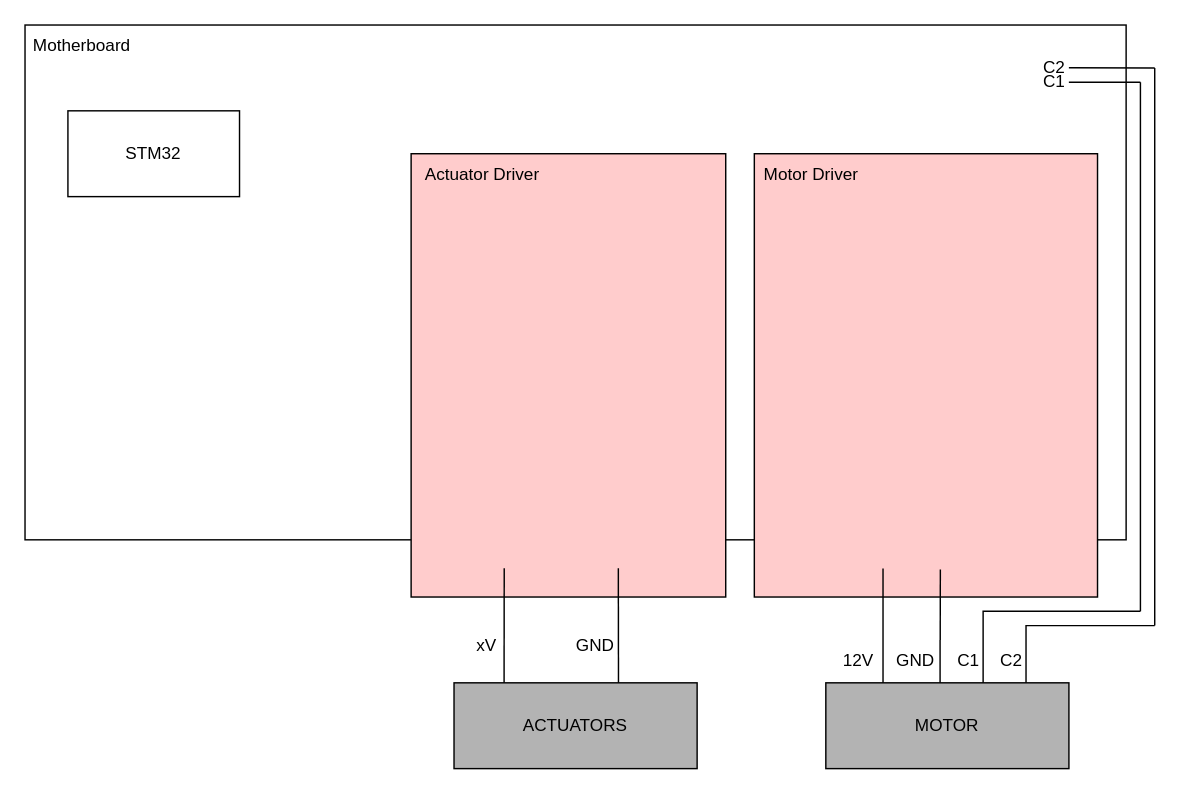
This is page "Circuits" (2 of 2) of block_diagrams/Maestro Diagrams.drawio from chatrajaman3/ELEC391_25W2_Robo_Maestro, a draw.io file, before an edit. Source tidied: cells renumbered, new cells numbered last; positions are measured from the earlier drawing's top-left corner, leaving out a move shared by most shapes. Both pictures are drawn from the tidied source at 143%, with x=0, y=0 at pixel (24, 24).
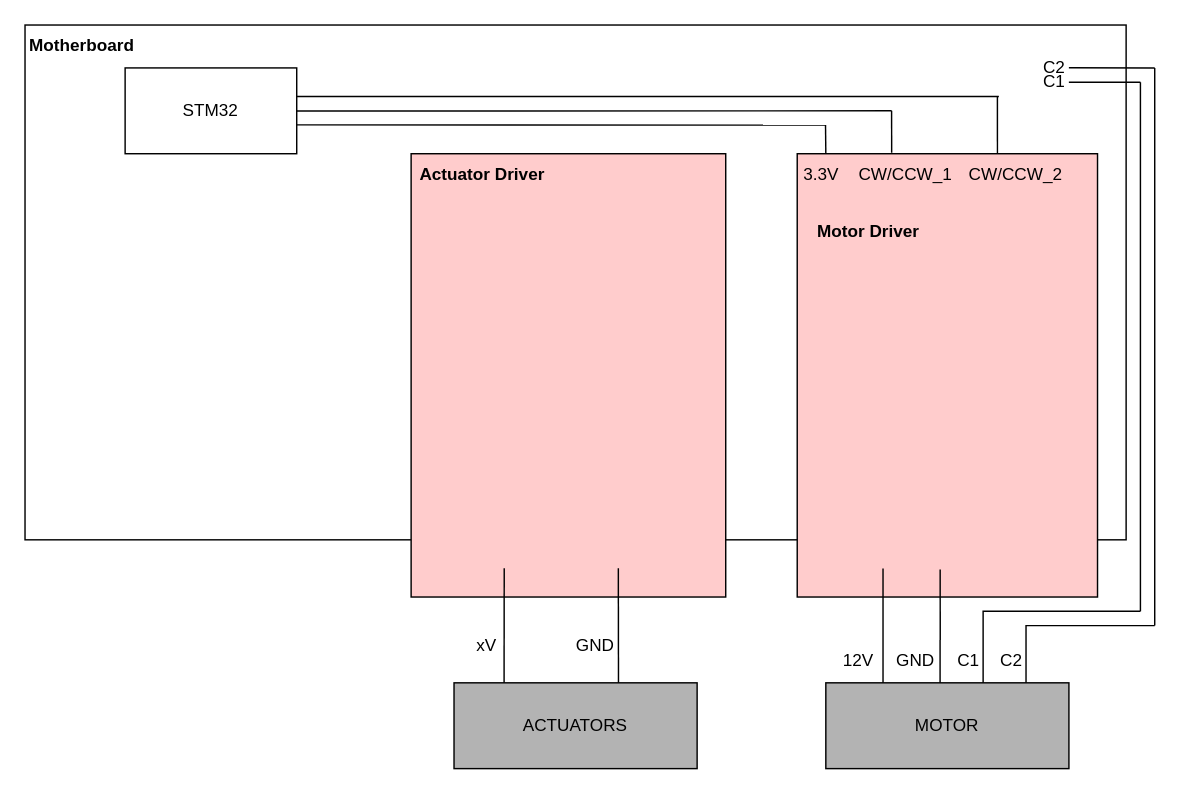
The same diagram, later.

Unchanged cells that the change refers to:
```xml
<mxCell id="2" style="rounded=0;whiteSpace=wrap;html=1;" parent="1" vertex="1">
  <mxGeometry width="770" height="360" as="geometry" />
</mxCell>
```

Change to the diagram source:
```diff
@@
-    <mxCell id="3" value="Motherboard" style="text;html=1;whiteSpace=wrap;strokeColor=none;fillColor=none;align=center;verticalAlign=middle;rounded=0;" parent="1" vertex="1">
+    <mxCell id="3" value="Motherboard" style="text;html=1;whiteSpace=wrap;strokeColor=none;fillColor=none;align=center;verticalAlign=middle;rounded=0;fontStyle=1;" parent="1" vertex="1">
       <mxGeometry x="10" width="60" height="30" as="geometry" />
     </mxCell>
     <mxCell id="4" value="STM32" style="rounded=0;whiteSpace=wrap;html=1;" parent="1" vertex="1">
-      <mxGeometry x="30" y="60" width="120" height="60" as="geometry" />
+      <mxGeometry x="70" y="30" width="120" height="60" as="geometry" />
     </mxCell>
     <mxCell id="5" style="rounded=0;whiteSpace=wrap;html=1;shadow=0;fillColor=#FFCCCC;" parent="1" vertex="1">
-      <mxGeometry x="510" y="90" width="240" height="310" as="geometry" />
+      <mxGeometry x="540" y="90" width="210" height="310" as="geometry" />
     </mxCell>
-    <mxCell id="6" value="Motor Driver" style="text;html=1;whiteSpace=wrap;strokeColor=none;fillColor=none;align=center;verticalAlign=middle;rounded=0;" parent="1" vertex="1">
-      <mxGeometry x="499.9" y="90" width="100" height="30" as="geometry" />
+    <mxCell id="6" value="Motor Driver" style="text;html=1;whiteSpace=wrap;strokeColor=none;fillColor=none;align=center;verticalAlign=middle;rounded=0;fontStyle=1;" parent="1" vertex="1">
+      <mxGeometry x="540" y="130" width="100" height="30" as="geometry" />
     </mxCell>
@@
-    <mxCell id="8" value="Actuator Driver" style="text;html=1;whiteSpace=wrap;strokeColor=none;fillColor=none;align=center;verticalAlign=middle;rounded=0;" parent="1" vertex="1">
+    <mxCell id="8" value="Actuator Driver" style="text;html=1;whiteSpace=wrap;strokeColor=none;fillColor=none;align=center;verticalAlign=middle;rounded=0;fontStyle=1;" parent="1" vertex="1">
       <mxGeometry x="270" y="90" width="100" height="30" as="geometry" />
     </mxCell>
@@
-    <mxCell id="19" style="endArrow=none;html=1;rounded=0;exitX=1;exitY=0;exitDx=0;exitDy=0;entryX=0.542;entryY=0.938;entryDx=0;entryDy=0;entryPerimeter=0;" parent="1" edge="1" target="5">
+    <mxCell id="19" style="endArrow=none;html=1;rounded=0;exitX=1;exitY=0;exitDx=0;exitDy=0;entryX=0.476;entryY=0.938;entryDx=0;entryDy=0;entryPerimeter=0;" parent="1" edge="1" target="5">
       <mxGeometry relative="1" as="geometry">
         <mxPoint x="640" y="430" as="sourcePoint" />
       </mxGeometry>
     </mxCell>
@@
+    <mxCell id="33" value="CW/CCW_1" style="text;html=1;whiteSpace=wrap;strokeColor=none;fillColor=none;align=center;verticalAlign=middle;rounded=0;" parent="1" vertex="1">
+      <mxGeometry x="598.9" y="90" width="34" height="30" as="geometry" />
+    </mxCell>
+    <mxCell id="34" value="CW/CCW_2" style="text;html=1;whiteSpace=wrap;strokeColor=none;fillColor=none;align=center;verticalAlign=middle;rounded=0;" parent="1" vertex="1">
+      <mxGeometry x="676" y="90" width="34" height="30" as="geometry" />
+    </mxCell>
+    <mxCell id="35" value="3.3V" style="text;html=1;whiteSpace=wrap;strokeColor=none;fillColor=none;align=center;verticalAlign=middle;rounded=0;" parent="1" vertex="1">
+      <mxGeometry x="540" y="90" width="34" height="30" as="geometry" />
+    </mxCell>
+    <mxCell id="36" style="endArrow=none;html=1;rounded=0;entryX=0.727;entryY=0.194;entryDx=0;entryDy=0;entryPerimeter=0;" parent="1" edge="1" target="2">
+      <mxGeometry relative="1" as="geometry">
+        <mxPoint x="560" y="90" as="sourcePoint" />
+      </mxGeometry>
+    </mxCell>
+    <mxCell id="37" style="endArrow=none;html=1;rounded=0;exitX=0.247;exitY=0.194;exitDx=0;exitDy=0;exitPerimeter=0;" parent="1" edge="1" source="2">
+      <mxGeometry relative="1" as="geometry">
+        <mxPoint x="560" y="70" as="targetPoint" />
+      </mxGeometry>
+    </mxCell>
+    <mxCell id="38" style="endArrow=none;html=1;rounded=0;exitX=0.247;exitY=0.167;exitDx=0;exitDy=0;exitPerimeter=0;" parent="1" edge="1" source="2">
+      <mxGeometry relative="1" as="geometry">
+        <mxPoint x="606" y="60" as="targetPoint" />
+      </mxGeometry>
+    </mxCell>
+    <mxCell id="39" style="endArrow=none;html=1;rounded=0;exitX=0.247;exitY=0.139;exitDx=0;exitDy=0;exitPerimeter=0;" parent="1" edge="1" source="2">
+      <mxGeometry relative="1" as="geometry">
+        <mxPoint x="681" y="50" as="targetPoint" />
+      </mxGeometry>
+    </mxCell>
+    <mxCell id="40" style="endArrow=none;html=1;rounded=0;entryX=0.727;entryY=0.194;entryDx=0;entryDy=0;entryPerimeter=0;exitX=0.21;exitY=-0.021;exitDx=0;exitDy=0;exitPerimeter=0;" parent="1" edge="1" source="33">
+      <mxGeometry relative="1" as="geometry">
+        <mxPoint x="606" y="60" as="targetPoint" />
+      </mxGeometry>
+    </mxCell>
+    <mxCell id="41" style="endArrow=none;html=1;rounded=0;entryX=0.727;entryY=0.194;entryDx=0;entryDy=0;entryPerimeter=0;exitX=0.118;exitY=0;exitDx=0;exitDy=0;exitPerimeter=0;" parent="1" edge="1" source="34">
+      <mxGeometry relative="1" as="geometry">
+        <mxPoint x="680" y="50" as="targetPoint" />
+      </mxGeometry>
+    </mxCell>
```
